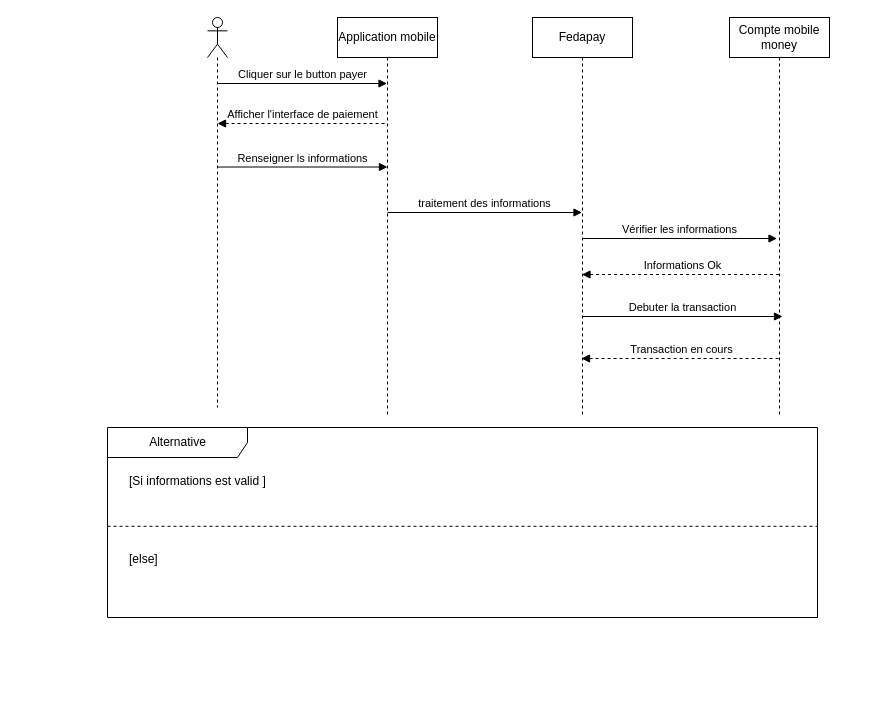
Earlier version of the draw.io diagram page "Diagrame de séquence" (4 of 5) of uml-use_case_diagram.drawio (devalade/ilewemi). Source tidied: cells renumbered, new cells numbered last; positions are measured from the earlier drawing's top-left corner, leaving out a move shared by most shapes. Both pictures are drawn from the tidied source at 100%, with x=0, y=0 at pixel (107, 17).
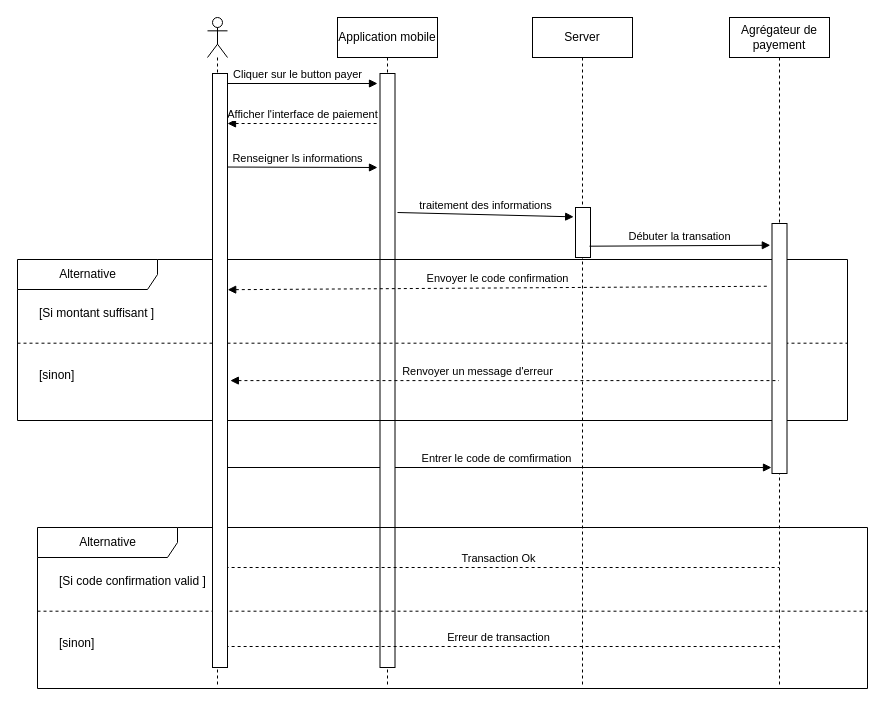
After the change.

Change to the diagram source:
```diff
@@
     <mxCell id="2" style="shape=umlLifeline;participant=umlActor;perimeter=lifelinePerimeter;whiteSpace=wrap;html=1;verticalAlign=top;spacingTop=36;" parent="1" vertex="1">
-      <mxGeometry x="100" width="20" height="390" as="geometry" />
+      <mxGeometry x="100" width="20" height="670" as="geometry" />
     </mxCell>
     <mxCell id="3" value="Application mobile" style="shape=umlLifeline;perimeter=lifelinePerimeter;whiteSpace=wrap;html=1;outlineConnect=0;" parent="1" vertex="1">
-      <mxGeometry x="230" width="100" height="400" as="geometry" />
+      <mxGeometry x="230" width="100" height="670" as="geometry" />
     </mxCell>
+    <mxCell id="17" value="Entrer le code de comfirmation" style="html=1;verticalAlign=bottom;endArrow=block;startSize=6;endSize=6;startArrow=none;startFill=0;endFill=1;" parent="3" edge="1">
+      <mxGeometry relative="1" as="geometry">
+        <mxPoint x="-116" y="450" as="sourcePoint" />
+        <mxPoint x="434" y="450" as="targetPoint" />
+      </mxGeometry>
+    </mxCell>
+    <mxCell id="18" style="html=1;perimeter=orthogonalPerimeter;" parent="3" vertex="1">
+      <mxGeometry x="42.5" y="56" width="15" height="594" as="geometry" />
+    </mxCell>
-    <mxCell id="4" value="Fedapay" style="shape=umlLifeline;perimeter=lifelinePerimeter;whiteSpace=wrap;html=1;" parent="1" vertex="1">
-      <mxGeometry x="425" width="100" height="400" as="geometry" />
+    <mxCell id="4" value="Server" style="shape=umlLifeline;perimeter=lifelinePerimeter;whiteSpace=wrap;html=1;" parent="1" vertex="1">
+      <mxGeometry x="425" width="100" height="670" as="geometry" />
     </mxCell>
-    <mxCell id="5" value="Transaction en cours" style="html=1;verticalAlign=bottom;endArrow=none;startSize=6;endSize=6;startArrow=block;startFill=1;endFill=0;dashed=1;" parent="4" edge="1">
-      <mxGeometry relative="1" as="geometry">
-        <mxPoint x="49" y="341" as="sourcePoint" />
-        <mxPoint x="249" y="341" as="targetPoint" />
-      </mxGeometry>
-    </mxCell>
+    <mxCell id="19" style="html=1;points=[];perimeter=orthogonalPerimeter;" parent="4" vertex="1">
+      <mxGeometry x="43" y="190" width="15" height="50" as="geometry" />
+    </mxCell>
-    <mxCell id="6" value="Cliquer sur le button payer" style="html=1;verticalAlign=bottom;endArrow=block;startSize=11;endSize=6;" parent="1" edge="1" target="3">
+    <mxCell id="6" value="Cliquer sur le button payer" style="html=1;verticalAlign=bottom;endArrow=block;startSize=11;endSize=6;" parent="1" edge="1">
       <mxGeometry relative="1" as="geometry">
         <mxPoint x="109.5" y="66" as="sourcePoint" />
+        <mxPoint x="270" y="66" as="targetPoint" />
       </mxGeometry>
     </mxCell>
     <mxCell id="7" value="Afficher l'interface de paiement" style="html=1;verticalAlign=bottom;endArrow=none;startSize=6;endSize=6;startArrow=block;startFill=1;endFill=0;dashed=1;" parent="1" edge="1">
       <mxGeometry relative="1" as="geometry">
-        <mxPoint x="110" y="106" as="sourcePoint" />
-        <mxPoint x="280" y="106" as="targetPoint" />
+        <mxPoint x="120" y="106" as="sourcePoint" />
+        <mxPoint x="270" y="106" as="targetPoint" />
       </mxGeometry>
     </mxCell>
     <mxCell id="8" value="Renseigner ls informations" style="html=1;verticalAlign=bottom;endArrow=block;startSize=11;endSize=6;" parent="1" edge="1">
       <mxGeometry relative="1" as="geometry">
         <mxPoint x="110" y="149.5" as="sourcePoint" />
-        <mxPoint x="280" y="149.5" as="targetPoint" />
+        <mxPoint x="270" y="150" as="targetPoint" />
       </mxGeometry>
     </mxCell>
-    <mxCell id="9" value="traitement des informations" style="html=1;verticalAlign=bottom;endArrow=block;startSize=11;endSize=6;" parent="1" edge="1">
+    <mxCell id="9" value="traitement des informations" style="html=1;verticalAlign=bottom;endArrow=block;startSize=11;endSize=6;entryX=-0.122;entryY=0.187;entryDx=0;entryDy=0;entryPerimeter=0;" parent="1" edge="1" target="19">
       <mxGeometry relative="1" as="geometry">
-        <mxPoint x="280" y="195" as="sourcePoint" />
-        <mxPoint x="474.5" y="195" as="targetPoint" />
+        <mxPoint x="290" y="195" as="sourcePoint" />
       </mxGeometry>
     </mxCell>
     <mxCell id="10" value="Alternative" style="shape=umlFrame;tabWidth=110;tabHeight=30;tabPosition=left;html=1;boundedLbl=1;labelInHeader=1;width=140;height=30;" parent="1" vertex="1">
-      <mxGeometry y="410" width="710" height="190" as="geometry" />
+      <mxGeometry x="-90" y="242" width="830" height="161" as="geometry" />
     </mxCell>
-    <mxCell id="11" value="[Si informations est valid ]" style="text;" parent="10" vertex="1">
-      <mxGeometry width="100" height="20" relative="1" as="geometry">
+    <mxCell id="11" value="[Si montant suffisant ]" style="text;" parent="10" vertex="1">
+      <mxGeometry width="110" height="20" relative="1" as="geometry">
         <mxPoint x="20" y="40" as="offset" />
       </mxGeometry>
     </mxCell>
-    <mxCell id="12" value="[else]" style="line;strokeWidth=1;dashed=1;labelPosition=center;verticalLabelPosition=bottom;align=left;verticalAlign=top;spacingLeft=20;spacingTop=15;" parent="10" vertex="1">
-      <mxGeometry y="95" width="710" height="7.6" as="geometry" />
+    <mxCell id="12" value="[sinon]" style="line;strokeWidth=1;dashed=1;labelPosition=center;verticalLabelPosition=bottom;align=left;verticalAlign=top;spacingLeft=20;spacingTop=15;" parent="10" vertex="1">
+      <mxGeometry y="80.5" width="830" height="6.4" as="geometry" />
     </mxCell>
-    <mxCell id="13" value="Compte mobile money" style="shape=umlLifeline;perimeter=lifelinePerimeter;whiteSpace=wrap;html=1;outlineConnect=0;" parent="1" vertex="1">
-      <mxGeometry x="622" width="100" height="400" as="geometry" />
+    <mxCell id="13" value="Agrégateur de payement" style="shape=umlLifeline;perimeter=lifelinePerimeter;whiteSpace=wrap;html=1;outlineConnect=0;" parent="1" vertex="1">
+      <mxGeometry x="622" width="100" height="670" as="geometry" />
     </mxCell>
+    <mxCell id="15" value="Envoyer le code confirmation" style="html=1;verticalAlign=bottom;endArrow=none;startSize=6;endSize=6;dashed=1;startArrow=block;startFill=1;endFill=0;exitX=1.078;exitY=0.364;exitDx=0;exitDy=0;exitPerimeter=0;entryX=-0.278;entryY=0.251;entryDx=0;entryDy=0;entryPerimeter=0;" parent="13" edge="1" target="20">
+      <mxGeometry relative="1" as="geometry">
+        <mxPoint x="-501.8" y="272.2" as="sourcePoint" />
+      </mxGeometry>
+    </mxCell>
+    <mxCell id="20" style="html=1;points=[];perimeter=orthogonalPerimeter;" parent="13" vertex="1">
+      <mxGeometry x="42.5" y="206" width="15" height="250" as="geometry" />
+    </mxCell>
+    <mxCell id="21" value="Alternative" style="shape=umlFrame;tabWidth=110;tabHeight=30;tabPosition=left;html=1;boundedLbl=1;labelInHeader=1;width=140;height=30;" parent="1" vertex="1">
+      <mxGeometry x="-70" y="510" width="830" height="161" as="geometry" />
+    </mxCell>
+    <mxCell id="22" value="[Si code confirmation valid ]" style="text;" parent="21" vertex="1">
+      <mxGeometry width="100" height="20" relative="1" as="geometry">
+        <mxPoint x="20" y="40" as="offset" />
+      </mxGeometry>
+    </mxCell>
+    <mxCell id="23" value="[sinon]" style="line;strokeWidth=1;dashed=1;labelPosition=center;verticalLabelPosition=bottom;align=left;verticalAlign=top;spacingLeft=20;spacingTop=15;" parent="21" vertex="1">
+      <mxGeometry y="80.5" width="830" height="6.4" as="geometry" />
+    </mxCell>
+    <mxCell id="24" value="Transaction Ok" style="html=1;verticalAlign=bottom;endArrow=none;startSize=6;endSize=6;startArrow=block;startFill=1;endFill=0;dashed=1;" parent="21" edge="1">
+      <mxGeometry relative="1" as="geometry">
+        <mxPoint x="180" y="40" as="sourcePoint" />
+        <mxPoint x="741.5" y="40" as="targetPoint" />
+      </mxGeometry>
+    </mxCell>
+    <mxCell id="25" value="Erreur de transaction" style="html=1;verticalAlign=bottom;endArrow=none;startSize=6;endSize=6;startArrow=block;startFill=1;endFill=0;dashed=1;" parent="21" edge="1">
+      <mxGeometry relative="1" as="geometry">
+        <mxPoint x="180" y="119" as="sourcePoint" />
+        <mxPoint x="741.5" y="119" as="targetPoint" />
+      </mxGeometry>
+    </mxCell>
+    <mxCell id="26" style="html=1;points=[];perimeter=orthogonalPerimeter;" parent="1" vertex="1">
+      <mxGeometry x="105" y="56" width="15" height="594" as="geometry" />
+    </mxCell>
+    <mxCell id="27" value="Renvoyer un message d'erreur" style="html=1;verticalAlign=bottom;endArrow=none;startSize=6;endSize=6;dashed=1;startArrow=block;startFill=1;endFill=0;exitX=1.189;exitY=0.517;exitDx=0;exitDy=0;exitPerimeter=0;" parent="1" edge="1" source="26" target="13">
+      <mxGeometry x="-0.1" relative="1" as="geometry" />
+    </mxCell>
-    <mxCell id="14" value="Vérifier les informations" style="html=1;verticalAlign=bottom;endArrow=block;startSize=11;endSize=6;" parent="13" edge="1">
-      <mxGeometry relative="1" as="geometry">
-        <mxPoint x="-147" y="221" as="sourcePoint" />
-        <mxPoint x="47.5" y="221" as="targetPoint" />
-      </mxGeometry>
+    <mxCell id="14" value="Débuter la transation" style="html=1;verticalAlign=bottom;endArrow=block;startSize=11;endSize=6;entryX=-0.111;entryY=0.087;entryDx=0;entryDy=0;entryPerimeter=0;exitX=0.933;exitY=0.774;exitDx=0;exitDy=0;exitPerimeter=0;" parent="1" edge="1" source="19" target="20">
+      <mxGeometry relative="1" as="geometry" />
     </mxCell>
-    <mxCell id="15" value="Informations Ok" style="html=1;verticalAlign=bottom;endArrow=none;startSize=6;endSize=6;dashed=1;startArrow=block;startFill=1;endFill=0;" parent="13" edge="1">
-      <mxGeometry relative="1" as="geometry">
-        <mxPoint x="-147.5" y="257" as="sourcePoint" />
-        <mxPoint x="52.5" y="257" as="targetPoint" />
-      </mxGeometry>
-    </mxCell>
-    <mxCell id="16" value="Debuter la transaction" style="html=1;verticalAlign=bottom;endArrow=block;startSize=6;endSize=6;startArrow=none;startFill=0;endFill=1;" parent="13" edge="1">
-      <mxGeometry relative="1" as="geometry">
-        <mxPoint x="-147" y="299" as="sourcePoint" />
-        <mxPoint x="53" y="299" as="targetPoint" />
-      </mxGeometry>
-    </mxCell>
```
